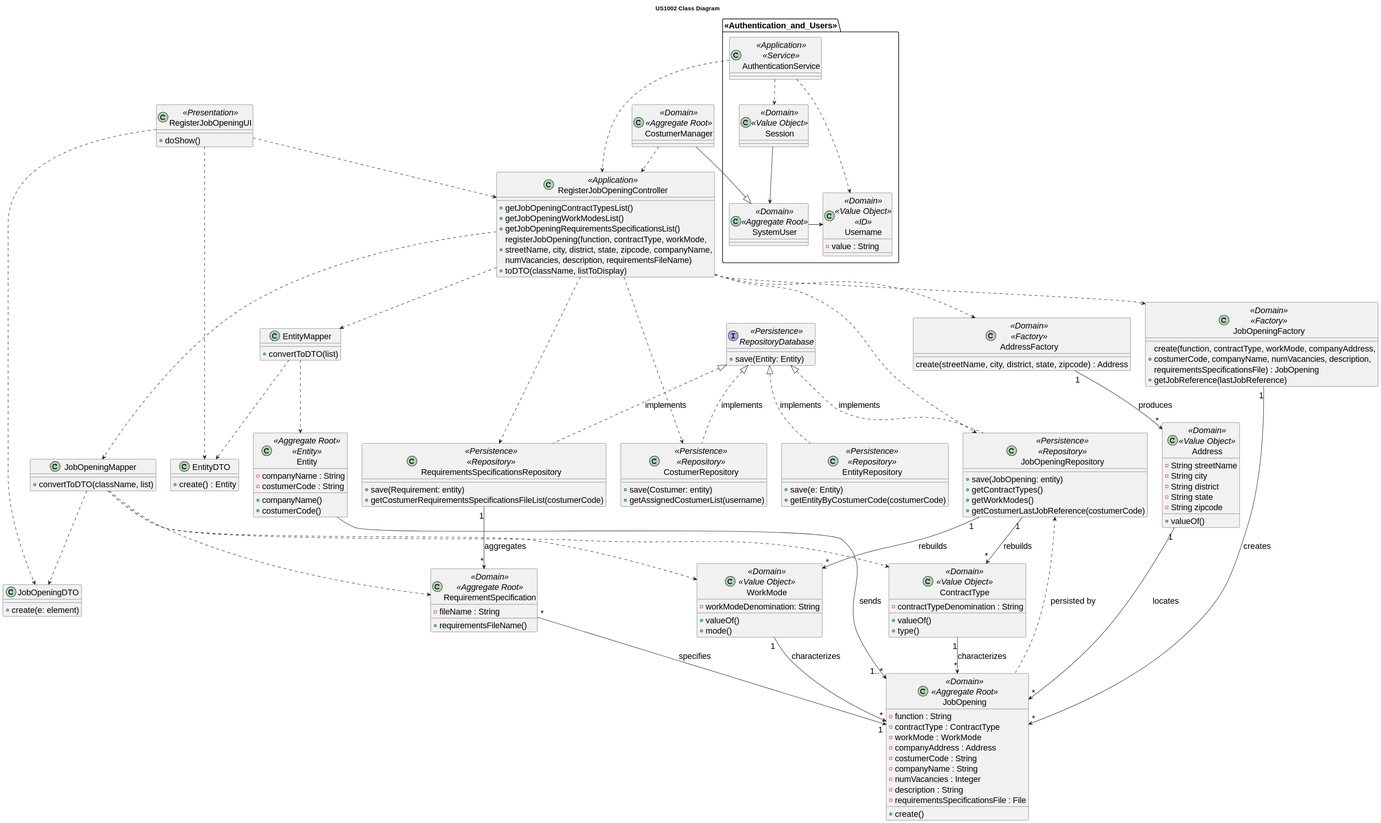
Before: docs/sb_us_1002/US1002_Class_Diagram/US1002_class_diagram.svg, a diagram exported from PlantUML (rita-barbosa/LAPR4-2324).
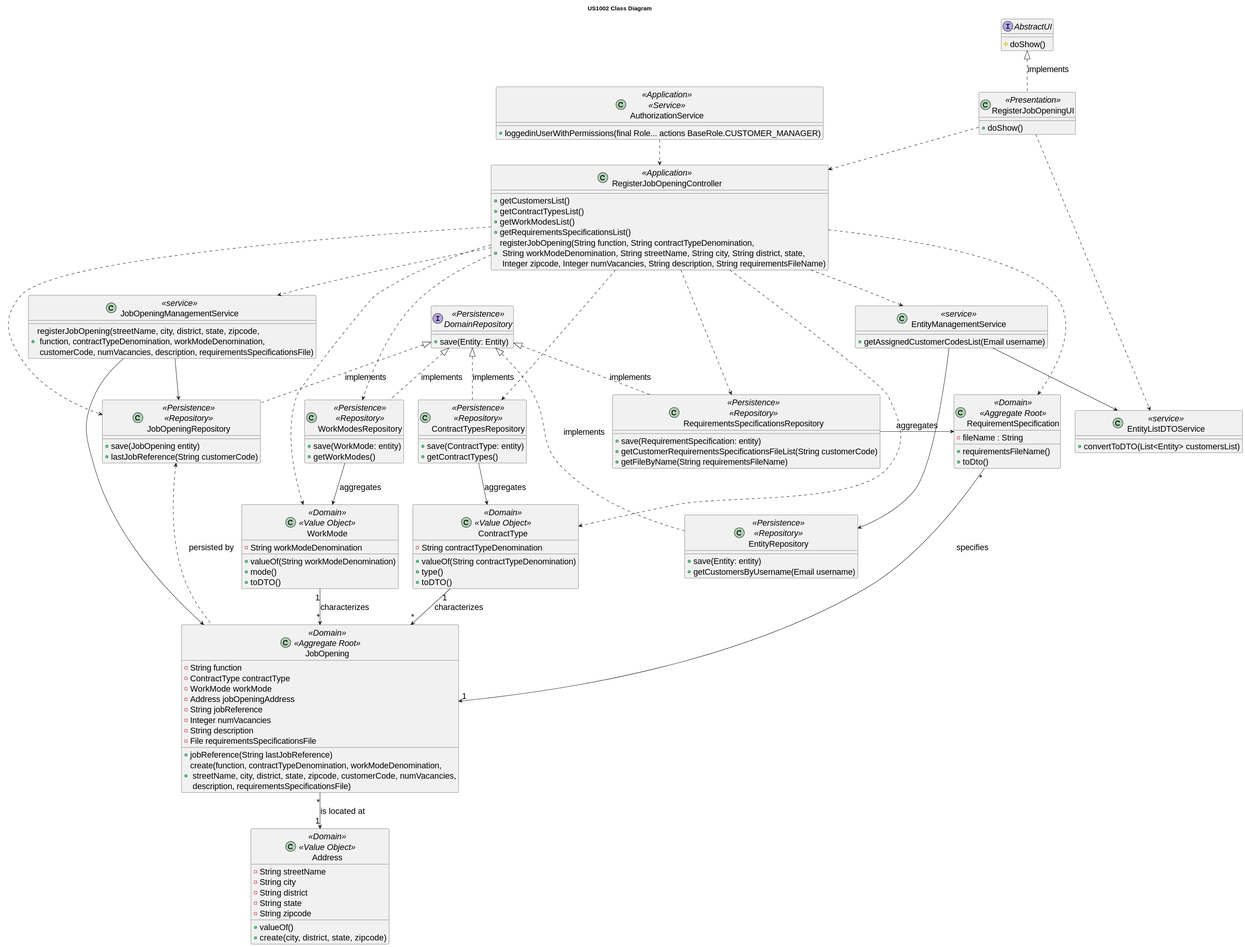
After the commit.

Diff of the diagram source:
```diff
@@ -3,57 +3,51 @@
 
 title US1002 Class Diagram
 
-class JobOpeningMapper {
-+ convertToDTO(className, list)
+
+
+class EntityListDTOService <<service>> {
++ convertToDTO(List<Entity> customersList)
 }
 
-class JobOpeningDTO {
-+ create(e: element)
+
+class EntityManagementService <<service>> {
++ getAssignedCustomerCodesList(Email username)
+
+
 }
 
-class EntityMapper {
-+ convertToDTO(list)
+interface AbstractUI{
+# doShow()
 }
-
-class EntityDTO {
-+ create() : Entity
-}
-
 
 class RegisterJobOpeningUI <<Presentation>> {
 + doShow()
 }
 
+
 class RegisterJobOpeningController <<Application>> {
-+ getJobOpeningContractTypesList()
-+ getJobOpeningWorkModesList()
-+ getJobOpeningRequirementsSpecificationsList()
-+ registerJobOpening(function, contractType, workMode,\nstreetName, city, district, state, zipcode, companyName,\nnumVacancies, description, requirementsFileName)
-+ toDTO(className, listToDisplay)
++ getCustomersList()
++ getContractTypesList()
++ getWorkModesList()
++ getRequirementsSpecificationsList()
++ registerJobOpening(String function, String contractTypeDenomination,\n String workModeDenomination, String streetName, String city, String district, state,\n Integer zipcode, Integer numVacancies, String description, String requirementsFileName)
+}
+
+class JobOpeningManagementService <<service>> {
++ registerJobOpening(streetName, city, district, state, zipcode,\n function, contractTypeDenomination, workModeDenomination,\n customerCode, numVacancies, description, requirementsSpecificationsFile)
 }
 
 
 class RequirementSpecification <<Domain>> <<Aggregate Root>> {
 - fileName : String
 + requirementsFileName()
++ toDto()
 }
 
-package <<Authentication_and_Users>> {
-class AuthenticationService <<Application>> <<Service>> {
-}
-class Session <<Domain>> <<Value Object>> {}
-class SystemUser <<Domain>> <<Aggregate Root>> {}
-class Username <<Domain>> <<Value Object>> <<ID>> {
-- value : String
-}
+class AuthorizationService <<Application>> <<Service>> {
++ loggedinUserWithPermissions(final Role... actions BaseRole.CUSTOMER_MANAGER)
 }
 
-class CostumerManager <<Domain>> <<Aggregate Root>> {}
-
-
-class AddressFactory <<Domain>> <<Factory>> {
-create(streetName, city, district, state, zipcode) : Address
-}
 class Address <<Domain>> <<Value Object>> {
 - String streetName
 - String city
@@ -61,112 +55,100 @@
 - String state
 - String zipcode
 + valueOf()
++ create(city, district, state, zipcode)
 }
 
-class JobOpeningFactory <<Domain>> <<Factory>> {
-+ create(function, contractType, workMode, companyAddress,\ncostumerCode, companyName, numVacancies, description,\nrequirementsSpecificationsFile) : JobOpening
-+ getJobReference(lastJobReference)
-}
 class JobOpening <<Domain>> <<Aggregate Root>> {
-- function : String
-- contractType : ContractType
-- workMode : WorkMode
-- companyAddress : Address
-- costumerCode : String
-- companyName : String
-- numVacancies : Integer
-- description : String
-- requirementsSpecificationsFile : File
-+ create()
+- String function
+- ContractType contractType
+- WorkMode workMode
+- Address jobOpeningAddress
+- String jobReference
+- Integer numVacancies
+- String description
+- File requirementsSpecificationsFile
++ jobReference(String lastJobReference)
++ create(function, contractTypeDenomination, workModeDenomination,\n streetName, city, district, state, zipcode, customerCode, numVacancies,\n description, requirementsSpecificationsFile)
 }
 
 class WorkMode <<Domain>> <<Value Object>> {
-- workModeDenomination: String
-+ valueOf()
+- String workModeDenomination
++ valueOf(String workModeDenomination)
 + mode()
++ toDTO()
 }
 
 class ContractType <<Domain>> <<Value Object>> {
-- contractTypeDenomination : String
-+ valueOf()
+- String contractTypeDenomination
++ valueOf(String contractTypeDenomination)
 + type()
-}
-
-class Entity <<Aggregate Root>> <<Entity>> {
-- companyName : String
-- costumerCode : String
-+ companyName()
-+ costumerCode()
++ toDTO()
 }
 
 class JobOpeningRepository <<Persistence>> <<Repository>> {
-+ save(JobOpening: entity)
-+ getContractTypes()
-+ getWorkModes()
-+ getCostumerLastJobReference(costumerCode)
-
++ save(JobOpening entity)
++ lastJobReference(String customerCode)
 }
 
-class CostumerRepository <<Persistence>> <<Repository>> {
-+ save(Costumer: entity)
-+ getAssignedCostumerList(username)
+class WorkModesRepository <<Persistence>> <<Repository>> {
++ save(WorkMode: entity)
++ getWorkModes()
+}
+
+class ContractTypesRepository <<Persistence>> <<Repository>> {
++ save(ContractType: entity)
++ getContractTypes()
 }
 
 class RequirementsSpecificationsRepository <<Persistence>> <<Repository>> {
-+ save(Requirement: entity)
-+ getCostumerRequirementsSpecificationsFileList(costumerCode)
++ save(RequirementSpecification: entity)
++ getCustomerRequirementsSpecificationsFileList(String customerCode)
++ getFileByName(String requirementsFileName)
 }
 
 class EntityRepository  <<Persistence>> <<Repository>>  {
-+ save(e: Entity)
-+ getEntityByCostumerCode(costumerCode)
++ save(Entity: entity)
++ getCustomersByUsername(Email username)
 }
 
-interface RepositoryDatabase <<Persistence>> {
+interface DomainRepository <<Persistence>> {
 + save(Entity: Entity)
 }
 
-CostumerManager ..> RegisterJobOpeningController
+
 RegisterJobOpeningUI ..> RegisterJobOpeningController
 RegisterJobOpeningController ...> RequirementsSpecificationsRepository
-RegisterJobOpeningController .> CostumerRepository
+RegisterJobOpeningController ...> WorkModesRepository
+RegisterJobOpeningController ...> ContractTypesRepository
 RegisterJobOpeningController ..> JobOpeningRepository
-RegisterJobOpeningController ..> JobOpeningFactory
-RegisterJobOpeningController ..> AddressFactory
+RegisterJobOpeningController ..> EntityManagementService
+RegisterJobOpeningController ..> JobOpeningManagementService
+RegisterJobOpeningUI ..> EntityListDTOService
 
-JobOpeningFactory "1" --> "*" JobOpening : creates
-AddressFactory "1" --> "*" Address : produces
-Address "1" --> "*" JobOpening : locates
+Address "1" <-up- "*" JobOpening : is located at
 WorkMode "1" --> "*" JobOpening : characterizes
 ContractType "1" --> "*" JobOpening  : characterizes
 RequirementSpecification "*" --> "1" JobOpening : specifies
-Entity --> "1..*" JobOpening : sends
+RegisterJobOpeningController ..> ContractType
+RegisterJobOpeningController ..> WorkMode
+RegisterJobOpeningController ..> RequirementSpecification
 
-JobOpeningRepository "1" --> "*" ContractType : rebuilds
-JobOpeningRepository "1" --> "*" WorkMode : rebuilds
+
+ContractTypesRepository --> ContractType : aggregates
+WorkModesRepository --> WorkMode : aggregates
 JobOpeningRepository <.. JobOpening : persisted by
-RequirementsSpecificationsRepository "1" -> "*" RequirementSpecification : aggregates
+RequirementsSpecificationsRepository -> RequirementSpecification : aggregates
+EntityManagementService ---> EntityRepository
+EntityManagementService --> EntityListDTOService
+JobOpeningManagementService --> JobOpeningRepository
+JobOpeningManagementService --> JobOpening
 
-RepositoryDatabase <|.. JobOpeningRepository : implements
-RepositoryDatabase <|.. CostumerRepository : implements
-RepositoryDatabase <|.. RequirementsSpecificationsRepository : implements
-RepositoryDatabase <|.. EntityRepository : implements
+DomainRepository <|.. JobOpeningRepository : implements
+DomainRepository <|.. ContractTypesRepository : implements
+DomainRepository <|.. WorkModesRepository : implements
+DomainRepository <|.. RequirementsSpecificationsRepository : implements
+DomainRepository <|.. EntityRepository : implements
+AbstractUI <|.. RegisterJobOpeningUI : implements
 
-JobOpeningMapper ..> JobOpeningDTO
-EntityMapper ..> EntityDTO
-EntityMapper ..> Entity
-RegisterJobOpeningController ..> EntityMapper
-RegisterJobOpeningController ...> JobOpeningMapper
-JobOpeningMapper ..> ContractType
-JobOpeningMapper ..> WorkMode
-JobOpeningMapper ..> RequirementSpecification
-RegisterJobOpeningUI ..> JobOpeningDTO
-RegisterJobOpeningUI ..> EntityDTO
-
-Session --> SystemUser
-SystemUser -> Username
-AuthenticationService ..> Username
-AuthenticationService ..> Session
-AuthenticationService ..> RegisterJobOpeningController
-CostumerManager --|> SystemUser
+AuthorizationService ..> RegisterJobOpeningController
 @enduml
```
